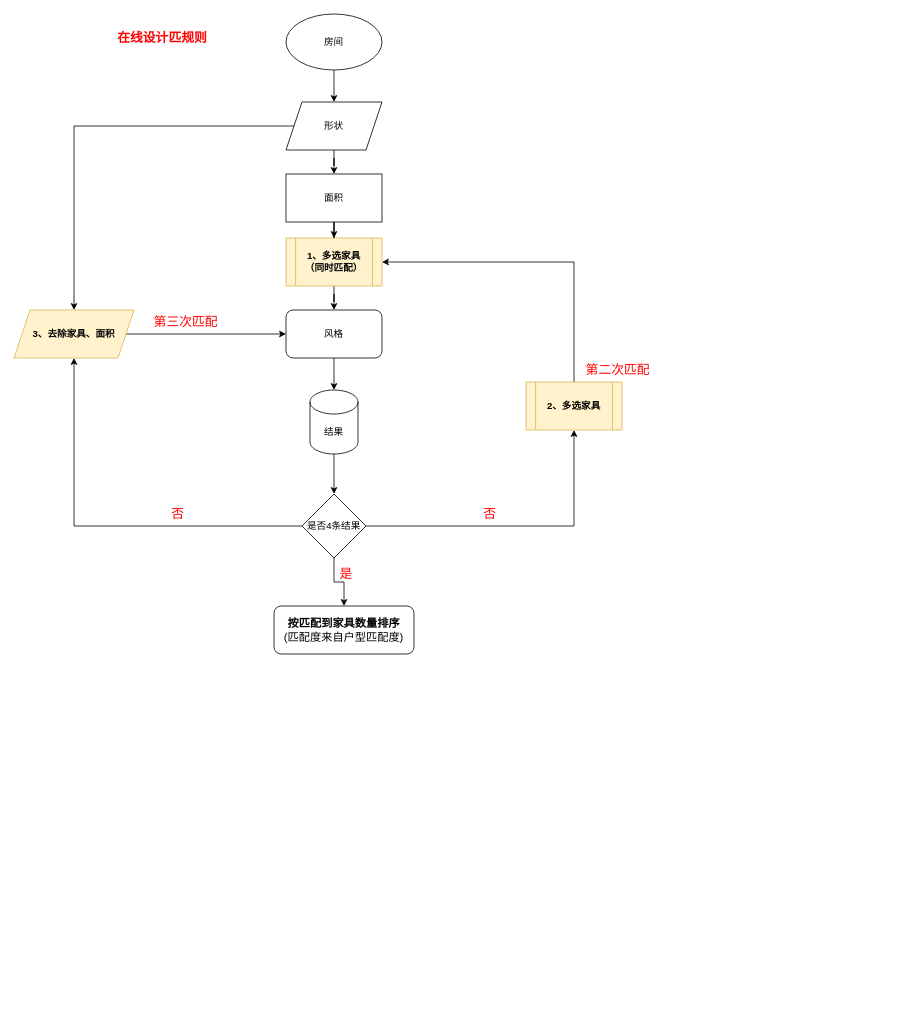
Above: 未命名绘图.drawio in fanguandeng/fan (draw.io), before the change. Source tidied: cells renumbered, new cells numbered last; positions are measured from the earlier drawing's top-left corner, leaving out a move shared by most shapes. Both pictures are drawn from the tidied source at 80%, with x=0, y=0 at pixel (14, 14).
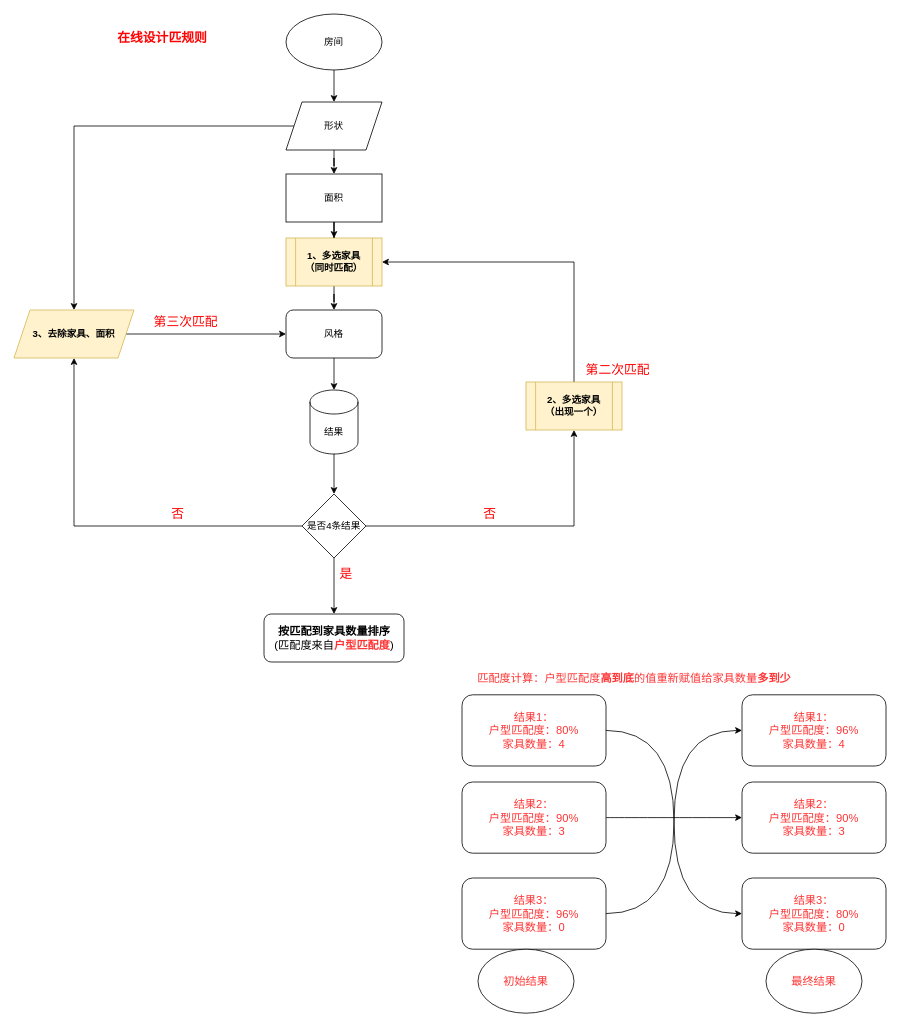
The same diagram, later.

What changed in the source:
```diff
@@
-    <mxCell id="20" value="2、多选家具" style="shape=process;whiteSpace=wrap;html=1;backgroundOutline=1;fillColor=#fff2cc;strokeColor=#d6b656;fontStyle=1;" parent="1" vertex="1">
+    <mxCell id="20" value="2、多选家具&lt;br&gt;（出现一个）" style="shape=process;whiteSpace=wrap;html=1;backgroundOutline=1;fillColor=#fff2cc;strokeColor=#d6b656;fontStyle=1;" parent="1" vertex="1">
       <mxGeometry x="640" y="460" width="120" height="60" as="geometry" />
     </mxCell>
@@
-    <mxCell id="23" value="&lt;b style=&quot;font-size: 14px;&quot;&gt;按匹配到家具数量排序&lt;/b&gt;&lt;br style=&quot;font-size: 14px;&quot;&gt;(匹配度来自户型匹配度)" style="rounded=1;whiteSpace=wrap;html=1;fontSize=14;" parent="1" vertex="1">
-      <mxGeometry x="325" y="740" width="175" height="60" as="geometry" />
+    <mxCell id="23" value="&lt;b style=&quot;font-size: 14px&quot;&gt;按匹配到家具数量排序&lt;/b&gt;&lt;br style=&quot;font-size: 14px&quot;&gt;(匹配度来自&lt;b&gt;&lt;font color=&quot;#ff3333&quot;&gt;户型匹配度&lt;/font&gt;&lt;/b&gt;)" style="rounded=1;whiteSpace=wrap;html=1;fontSize=14;" parent="1" vertex="1">
+      <mxGeometry x="312.5" y="750" width="175" height="60" as="geometry" />
     </mxCell>
@@
+    <mxCell id="30" value="匹配度计算：户型匹配度&lt;b&gt;高到底&lt;/b&gt;的值重新赋值给家具数量&lt;b&gt;多到少&lt;/b&gt;" style="text;html=1;align=center;verticalAlign=middle;strokeColor=none;fillColor=none;fontSize=14;fontColor=#FF3333;" parent="1" vertex="1">
+      <mxGeometry x="570" y="820" width="410" height="20" as="geometry" />
+    </mxCell>
+    <mxCell id="31" style="rounded=0;jettySize=auto;html=1;entryX=0;entryY=0.5;entryDx=0;entryDy=0;fontSize=14;fontColor=#FF3333;edgeStyle=orthogonalEdgeStyle;curved=1;" parent="1" edge="1" source="32" target="39">
+      <mxGeometry relative="1" as="geometry" />
+    </mxCell>
+    <mxCell id="32" value="结果1：&lt;br&gt;户型匹配度：80%&lt;br&gt;家具数量：4" style="rounded=1;whiteSpace=wrap;html=1;fontSize=14;fontColor=#FF3333;" parent="1" vertex="1">
+      <mxGeometry x="560" y="851" width="180" height="89" as="geometry" />
+    </mxCell>
+    <mxCell id="33" style="edgeStyle=orthogonalEdgeStyle;curved=1;rounded=0;jettySize=auto;html=1;fontSize=14;fontColor=#FF3333;" parent="1" edge="1" source="34" target="38">
+      <mxGeometry relative="1" as="geometry" />
+    </mxCell>
+    <mxCell id="34" value="结果2：&lt;br&gt;户型匹配度：90%&lt;br&gt;家具数量：3" style="rounded=1;whiteSpace=wrap;html=1;fontSize=14;fontColor=#FF3333;" parent="1" vertex="1">
+      <mxGeometry x="560" y="960" width="180" height="89" as="geometry" />
+    </mxCell>
+    <mxCell id="35" style="edgeStyle=orthogonalEdgeStyle;curved=1;rounded=0;jettySize=auto;html=1;entryX=0;entryY=0.5;entryDx=0;entryDy=0;fontSize=14;fontColor=#FF3333;" parent="1" edge="1" source="36" target="37">
+      <mxGeometry relative="1" as="geometry" />
+    </mxCell>
+    <mxCell id="36" value="结果3：&lt;br&gt;户型匹配度：96%&lt;br&gt;家具数量：0" style="rounded=1;whiteSpace=wrap;html=1;fontSize=14;fontColor=#FF3333;" parent="1" vertex="1">
+      <mxGeometry x="560" y="1080" width="180" height="89" as="geometry" />
+    </mxCell>
+    <mxCell id="37" value="结果1：&lt;br&gt;户型匹配度：96%&lt;br&gt;家具数量：4" style="rounded=1;whiteSpace=wrap;html=1;fontSize=14;fontColor=#FF3333;" parent="1" vertex="1">
+      <mxGeometry x="910" y="851" width="180" height="89" as="geometry" />
+    </mxCell>
+    <mxCell id="38" value="结果2：&lt;br&gt;户型匹配度：90%&lt;br&gt;家具数量：3" style="rounded=1;whiteSpace=wrap;html=1;fontSize=14;fontColor=#FF3333;" parent="1" vertex="1">
+      <mxGeometry x="910" y="960" width="180" height="89" as="geometry" />
+    </mxCell>
+    <mxCell id="39" value="结果3：&lt;br&gt;户型匹配度：80%&lt;br&gt;家具数量：0" style="rounded=1;whiteSpace=wrap;html=1;fontSize=14;fontColor=#FF3333;" parent="1" vertex="1">
+      <mxGeometry x="910" y="1080" width="180" height="89" as="geometry" />
+    </mxCell>
+    <mxCell id="40" value="最终结果" style="ellipse;whiteSpace=wrap;html=1;fontSize=14;fontColor=#FF3333;" parent="1" vertex="1">
+      <mxGeometry x="940" y="1169" width="120" height="80" as="geometry" />
+    </mxCell>
+    <mxCell id="41" value="初始结果" style="ellipse;whiteSpace=wrap;html=1;fontSize=14;fontColor=#FF3333;" parent="1" vertex="1">
+      <mxGeometry x="580" y="1169" width="120" height="80" as="geometry" />
+    </mxCell>
```
